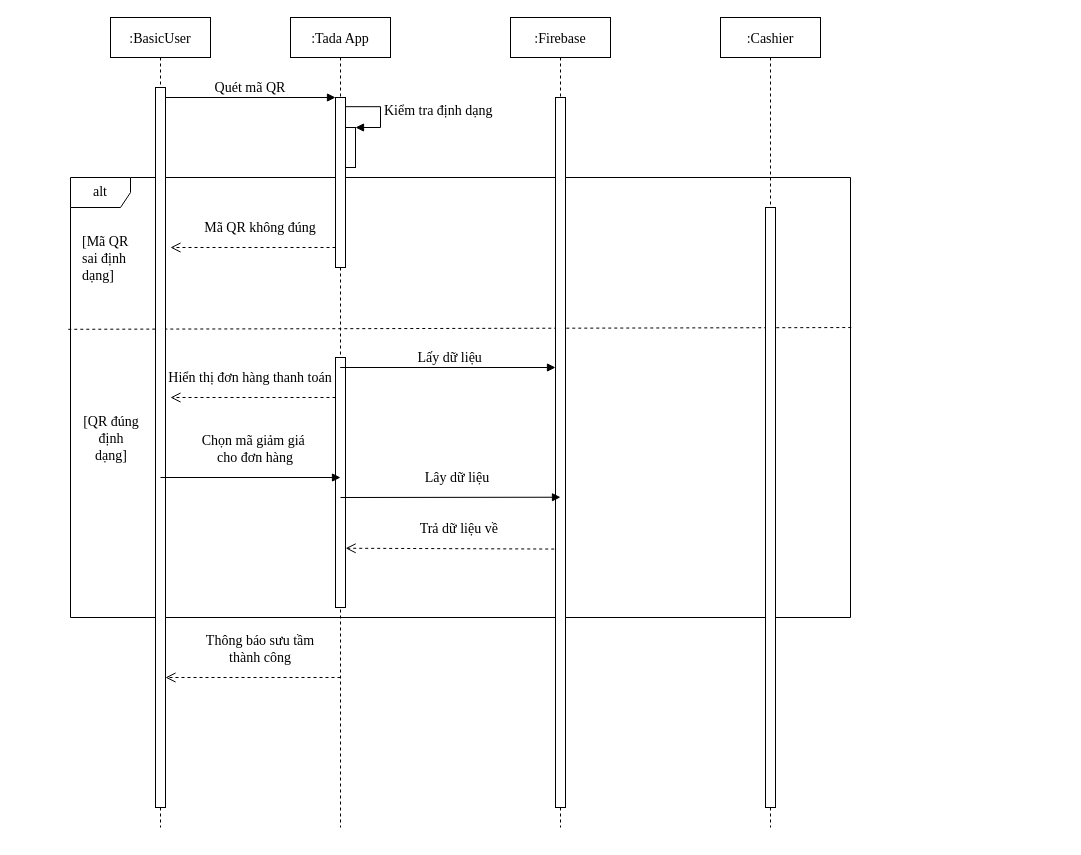
The draw.io diagram redeem.drawio in nguyendu11a2/TADA_DIAGRAM, before the edit. Source tidied: cells renumbered, new cells numbered last; positions are measured from the earlier drawing's top-left corner, leaving out a move shared by most shapes. Both pictures are drawn from the tidied source at 100%, with x=0, y=0 at pixel (70, 17).
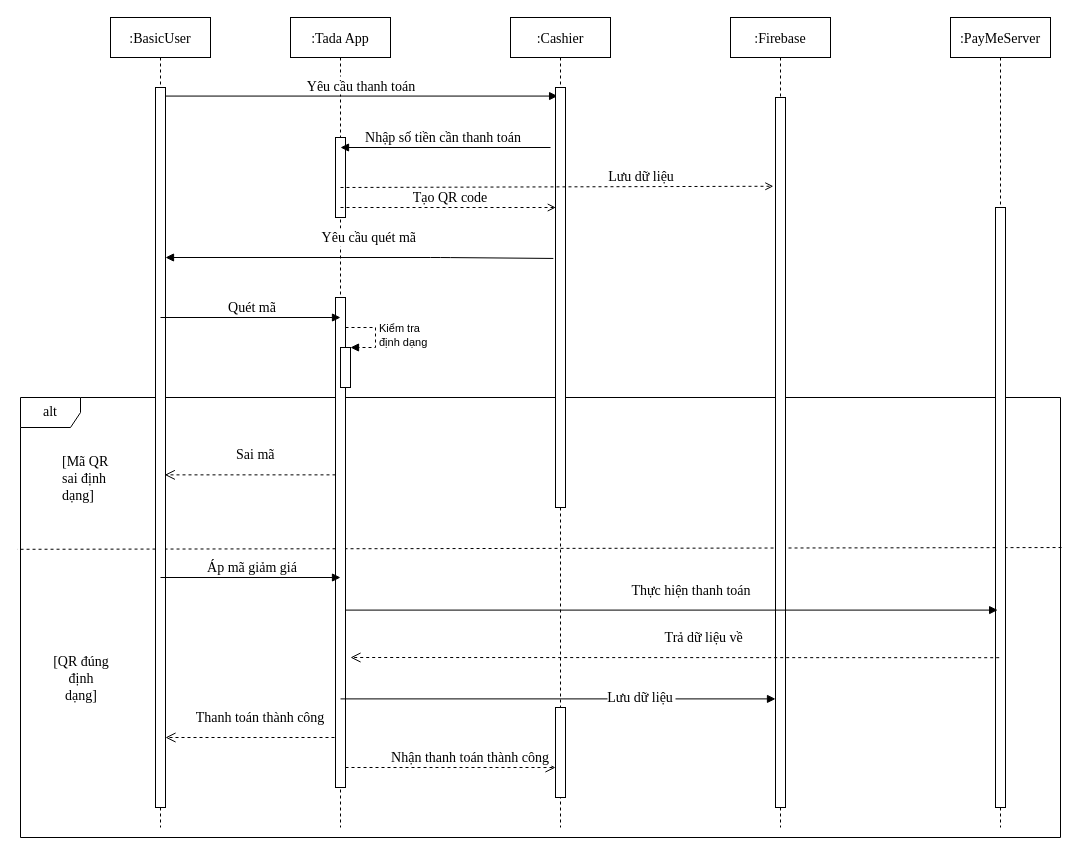
Above is the later version.

Unchanged cells that the change refers to:
```xml
<mxCell id="4" value=":BasicUser" style="shape=umlLifeline;perimeter=lifelinePerimeter;rounded=0;shadow=0;strokeWidth=1;fontSize=14;fontFamily=Times New Roman;" parent="1" vertex="1">
  <mxGeometry x="40" width="100" height="810" as="geometry" />
</mxCell>
<mxCell id="5" style="points=[];perimeter=orthogonalPerimeter;rounded=0;shadow=0;strokeWidth=1;fontSize=14;fontFamily=Times New Roman;" parent="4" vertex="1">
  <mxGeometry x="45" y="70" width="10" height="720" as="geometry" />
</mxCell>
<mxCell id="7" value=":Tada App" style="shape=umlLifeline;perimeter=lifelinePerimeter;rounded=0;shadow=0;strokeWidth=1;fontSize=14;fontFamily=Times New Roman;" parent="1" vertex="1">
  <mxGeometry x="220" width="100" height="810" as="geometry" />
</mxCell>
<mxCell id="18" style="points=[];perimeter=orthogonalPerimeter;rounded=0;shadow=0;strokeWidth=1;fontSize=14;fontFamily=Times New Roman;" parent="17" vertex="1">
  <mxGeometry x="45" y="80" width="10" height="710" as="geometry" />
</mxCell>
```

Diff of the diagram source:
```diff
@@
     <mxCell id="3" value="alt" style="shape=umlFrame;whiteSpace=wrap;html=1;fontSize=14;fontFamily=Times New Roman;" parent="1" vertex="1">
-      <mxGeometry y="160" width="780" height="440" as="geometry" />
+      <mxGeometry x="-50" y="380" width="1040" height="440" as="geometry" />
     </mxCell>
@@
-    <mxCell id="6" value="&lt;div style=&quot;text-align: center ; font-size: 14px&quot;&gt;&lt;span style=&quot;background-color: rgb(255 , 255 , 255) ; font-size: 14px&quot;&gt;[QR đúng định dạng]&lt;/span&gt;&lt;/div&gt;" style="text;whiteSpace=wrap;html=1;fontSize=14;fontFamily=Times New Roman;" parent="4" vertex="1">
-      <mxGeometry x="-30" y="390" width="60" height="50" as="geometry" />
-    </mxCell>
@@
     <mxCell id="8" style="points=[];perimeter=orthogonalPerimeter;rounded=0;shadow=0;strokeWidth=1;fontSize=14;fontFamily=Times New Roman;" parent="7" vertex="1">
-      <mxGeometry x="45" y="80" width="10" height="170" as="geometry" />
+      <mxGeometry x="45" y="120" width="10" height="80" as="geometry" />
     </mxCell>
-    <mxCell id="9" value="Thông báo sưu tầm &#10;thành công" style="verticalAlign=bottom;endArrow=open;dashed=1;endSize=8;shadow=0;strokeWidth=1;fontSize=14;fontFamily=Times New Roman;" parent="7" edge="1">
+    <mxCell id="9" value="Thanh toán thành công" style="verticalAlign=bottom;endArrow=open;dashed=1;endSize=8;shadow=0;strokeWidth=1;fontSize=14;fontFamily=Times New Roman;" parent="7" edge="1">
       <mxGeometry x="-0.09" y="-10" relative="1" as="geometry">
-        <mxPoint x="50" y="660" as="sourcePoint" />
-        <mxPoint x="-125" y="660" as="targetPoint" />
+        <mxPoint x="50" y="720" as="sourcePoint" />
+        <mxPoint x="-125" y="720" as="targetPoint" />
       </mxGeometry>
     </mxCell>
-    <mxCell id="10" style="html=1;points=[];perimeter=orthogonalPerimeter;fontFamily=Times New Roman;fontSize=14;" parent="7" vertex="1">
-      <mxGeometry x="55" y="110" width="10" height="40" as="geometry" />
-    </mxCell>
+    <mxCell id="12" style="points=[];perimeter=orthogonalPerimeter;rounded=0;shadow=0;strokeWidth=1;fontSize=14;fontFamily=Times New Roman;" parent="7" vertex="1">
+      <mxGeometry x="45" y="280" width="10" height="490" as="geometry" />
+    </mxCell>
+    <mxCell id="25" value="Quét mã" style="verticalAlign=bottom;endArrow=block;shadow=0;strokeWidth=1;fontSize=14;fontFamily=Times New Roman;" parent="7" edge="1">
+      <mxGeometry x="0.02" relative="1" as="geometry">
+        <mxPoint x="-130" y="300" as="sourcePoint" />
+        <mxPoint x="50" y="300" as="targetPoint" />
+      </mxGeometry>
+    </mxCell>
+    <mxCell id="26" style="html=1;points=[];perimeter=orthogonalPerimeter;" parent="7" vertex="1">
+      <mxGeometry x="50" y="330" width="10" height="40" as="geometry" />
+    </mxCell>
-    <mxCell id="11" value="Kiểm tra định dạng&amp;nbsp;" style="edgeStyle=orthogonalEdgeStyle;html=1;align=left;spacingLeft=2;endArrow=block;rounded=0;entryX=1;entryY=0;fontFamily=Times New Roman;fontSize=14;exitX=1.011;exitY=0.054;exitDx=0;exitDy=0;exitPerimeter=0;" parent="7" edge="1" source="8" target="10">
+    <mxCell id="11" value="Kiểm tra &lt;br&gt;định dạng" style="edgeStyle=orthogonalEdgeStyle;html=1;align=left;spacingLeft=2;endArrow=block;rounded=0;entryX=1;entryY=0;dashed=1;" parent="7" edge="1" target="26">
       <mxGeometry relative="1" as="geometry">
+        <mxPoint x="55" y="310" as="sourcePoint" />
         <Array as="points">
-          <mxPoint x="90" y="90" />
-          <mxPoint x="90" y="110" />
+          <mxPoint x="85" y="310" />
         </Array>
       </mxGeometry>
     </mxCell>
-    <mxCell id="12" style="points=[];perimeter=orthogonalPerimeter;rounded=0;shadow=0;strokeWidth=1;fontSize=14;fontFamily=Times New Roman;" parent="7" vertex="1">
-      <mxGeometry x="45" y="340" width="10" height="250" as="geometry" />
-    </mxCell>
-    <mxCell id="13" value="Quét mã QR" style="verticalAlign=bottom;endArrow=block;entryX=0;entryY=0;shadow=0;strokeWidth=1;fontSize=14;fontFamily=Times New Roman;" parent="1" edge="1" source="5" target="8">
+    <mxCell id="13" value="Yêu cầu thanh toán" style="verticalAlign=bottom;endArrow=block;entryX=0.471;entryY=0.097;shadow=0;strokeWidth=1;fontSize=14;fontFamily=Times New Roman;entryDx=0;entryDy=0;entryPerimeter=0;" parent="1" edge="1" source="5" target="14">
       <mxGeometry relative="1" as="geometry" />
     </mxCell>
     <mxCell id="14" value=":Cashier" style="shape=umlLifeline;perimeter=lifelinePerimeter;rounded=0;shadow=0;strokeWidth=1;fontSize=14;fontFamily=Times New Roman;" parent="1" vertex="1">
-      <mxGeometry x="650" width="100" height="810" as="geometry" />
+      <mxGeometry x="440" width="100" height="810" as="geometry" />
     </mxCell>
     <mxCell id="15" style="points=[];perimeter=orthogonalPerimeter;rounded=0;shadow=0;strokeWidth=1;fontSize=14;fontFamily=Times New Roman;" parent="14" vertex="1">
-      <mxGeometry x="45" y="190" width="10" height="600" as="geometry" />
+      <mxGeometry x="45" y="70" width="10" height="420" as="geometry" />
     </mxCell>
+    <mxCell id="27" value="Lưu dữ liệu" style="verticalAlign=bottom;endArrow=open;entryX=-0.214;entryY=0.125;shadow=0;strokeWidth=1;fontSize=14;fontFamily=Times New Roman;entryDx=0;entryDy=0;entryPerimeter=0;dashed=1;endFill=0;" parent="14" edge="1" target="18">
+      <mxGeometry x="0.39" relative="1" as="geometry">
+        <mxPoint x="-170" y="170" as="sourcePoint" />
+      </mxGeometry>
+    </mxCell>
+    <mxCell id="28" style="points=[];perimeter=orthogonalPerimeter;rounded=0;shadow=0;strokeWidth=1;fontSize=14;fontFamily=Times New Roman;" parent="14" vertex="1">
+      <mxGeometry x="45" y="690" width="10" height="90" as="geometry" />
+    </mxCell>
     <mxCell id="16" value="&lt;span style=&quot;color: rgb(0 , 0 , 0) ; font-size: 14px ; font-style: normal ; font-weight: 400 ; letter-spacing: normal ; text-align: center ; text-indent: 0px ; text-transform: none ; word-spacing: 0px ; display: inline ; float: none ; background-color: rgb(255 , 255 , 255)&quot;&gt;[Mã QR sai định dạng]&lt;/span&gt;" style="text;whiteSpace=wrap;html=1;fontSize=14;fontFamily=Times New Roman;" parent="1" vertex="1">
-      <mxGeometry x="10" y="210" width="60" height="50" as="geometry" />
+      <mxGeometry x="-10" y="430" width="60" height="50" as="geometry" />
     </mxCell>
     <mxCell id="17" value=":Firebase" style="shape=umlLifeline;perimeter=lifelinePerimeter;rounded=0;shadow=0;strokeWidth=1;fontSize=14;fontFamily=Times New Roman;" parent="1" vertex="1">
-      <mxGeometry x="440" width="100" height="810" as="geometry" />
+      <mxGeometry x="660" width="100" height="810" as="geometry" />
     </mxCell>
@@
-    <mxCell id="19" value="Mã QR không đúng" style="verticalAlign=bottom;endArrow=open;dashed=1;endSize=8;shadow=0;strokeWidth=1;fontSize=14;fontFamily=Times New Roman;" parent="1" edge="1">
-      <mxGeometry x="-0.09" y="-10" relative="1" as="geometry">
-        <mxPoint x="265" y="230" as="sourcePoint" />
-        <mxPoint x="100" y="230" as="targetPoint" />
-      </mxGeometry>
-    </mxCell>
-    <mxCell id="20" value="Lấy dữ liệu" style="verticalAlign=bottom;endArrow=block;entryX=0;entryY=0.63;shadow=0;strokeWidth=1;fontSize=14;fontFamily=Times New Roman;entryDx=0;entryDy=0;entryPerimeter=0;" parent="1" edge="1">
-      <mxGeometry x="0.02" relative="1" as="geometry">
-        <mxPoint x="269.7" y="350" as="sourcePoint" />
-        <mxPoint x="485" y="350" as="targetPoint" />
-      </mxGeometry>
-    </mxCell>
-    <mxCell id="21" value="Hiển thị đơn hàng thanh toán" style="verticalAlign=bottom;endArrow=open;dashed=1;endSize=8;shadow=0;strokeWidth=1;fontSize=14;fontFamily=Times New Roman;" parent="1" edge="1">
-      <mxGeometry x="0.03" y="-10" relative="1" as="geometry">
-        <mxPoint x="265" y="380" as="sourcePoint" />
-        <mxPoint x="100" y="380" as="targetPoint" />
-      </mxGeometry>
-    </mxCell>
-    <mxCell id="22" value="Chọn mã giảm giá  &#10;cho đơn hàng" style="verticalAlign=bottom;endArrow=block;shadow=0;strokeWidth=1;fontSize=14;fontFamily=Times New Roman;" parent="1" edge="1">
-      <mxGeometry x="0.06" y="10" relative="1" as="geometry">
-        <mxPoint x="90" y="460" as="sourcePoint" />
-        <mxPoint x="270" y="460" as="targetPoint" />
-      </mxGeometry>
-    </mxCell>
-    <mxCell id="23" value="Lây dữ liệu" style="verticalAlign=bottom;endArrow=block;shadow=0;strokeWidth=1;fontSize=14;fontFamily=Times New Roman;entryX=0.5;entryY=0.563;entryDx=0;entryDy=0;entryPerimeter=0;" parent="1" edge="1" target="18">
-      <mxGeometry x="0.06" y="10" relative="1" as="geometry">
-        <mxPoint x="270" y="480" as="sourcePoint" />
-      </mxGeometry>
-    </mxCell>
+    <mxCell id="29" value=":PayMeServer" style="shape=umlLifeline;perimeter=lifelinePerimeter;rounded=0;shadow=0;strokeWidth=1;fontSize=14;fontFamily=Times New Roman;" parent="1" vertex="1">
+      <mxGeometry x="880" width="100" height="810" as="geometry" />
+    </mxCell>
+    <mxCell id="30" style="points=[];perimeter=orthogonalPerimeter;rounded=0;shadow=0;strokeWidth=1;fontSize=14;fontFamily=Times New Roman;" parent="29" vertex="1">
+      <mxGeometry x="45" y="190" width="10" height="600" as="geometry" />
+    </mxCell>
+    <mxCell id="31" value="Nhập số tiền cần thanh toán" style="verticalAlign=bottom;endArrow=block;shadow=0;strokeWidth=1;fontSize=14;fontFamily=Times New Roman;" parent="1" edge="1">
+      <mxGeometry x="0.02" relative="1" as="geometry">
+        <mxPoint x="480" y="130" as="sourcePoint" />
+        <mxPoint x="270" y="130" as="targetPoint" />
+      </mxGeometry>
+    </mxCell>
+    <mxCell id="32" value="Tạo QR code" style="verticalAlign=bottom;endArrow=open;entryX=0;entryY=0.63;shadow=0;strokeWidth=1;fontSize=14;fontFamily=Times New Roman;entryDx=0;entryDy=0;entryPerimeter=0;dashed=1;endFill=0;" parent="1" edge="1">
+      <mxGeometry x="0.02" relative="1" as="geometry">
+        <mxPoint x="270" y="190" as="sourcePoint" />
+        <mxPoint x="485.3" y="190" as="targetPoint" />
+      </mxGeometry>
+    </mxCell>
+    <mxCell id="33" value="Yêu cầu quét mã" style="verticalAlign=bottom;endArrow=block;shadow=0;strokeWidth=1;fontSize=14;fontFamily=Times New Roman;exitX=-0.217;exitY=0.407;exitDx=0;exitDy=0;exitPerimeter=0;" parent="1" edge="1" source="15" target="5">
+      <mxGeometry x="-0.05" y="-10" relative="1" as="geometry">
+        <Array as="points">
+          <mxPoint x="370" y="240" />
+        </Array>
+      </mxGeometry>
+    </mxCell>
+    <mxCell id="6" value="&lt;div style=&quot;text-align: center ; font-size: 14px&quot;&gt;&lt;span style=&quot;background-color: rgb(255 , 255 , 255) ; font-size: 14px&quot;&gt;[QR đúng định dạng]&lt;/span&gt;&lt;/div&gt;" style="text;whiteSpace=wrap;html=1;fontSize=14;fontFamily=Times New Roman;" parent="1" vertex="1">
+      <mxGeometry x="-20" y="630" width="60" height="50" as="geometry" />
+    </mxCell>
+    <mxCell id="34" value="Thực hiện thanh toán" style="verticalAlign=bottom;endArrow=block;shadow=0;strokeWidth=1;fontSize=14;fontFamily=Times New Roman;entryX=0.214;entryY=0.671;entryDx=0;entryDy=0;entryPerimeter=0;" parent="1" edge="1" source="12" target="30">
+      <mxGeometry x="0.06" y="10" relative="1" as="geometry" />
+    </mxCell>
-    <mxCell id="24" value="Trả dữ liệu về" style="verticalAlign=bottom;endArrow=open;dashed=1;endSize=8;shadow=0;strokeWidth=1;fontSize=14;fontFamily=Times New Roman;entryX=1.014;entryY=0.763;entryDx=0;entryDy=0;entryPerimeter=0;exitX=-0.129;exitY=0.636;exitDx=0;exitDy=0;exitPerimeter=0;" parent="1" edge="1" source="18" target="12">
-      <mxGeometry x="-0.09" y="-10" relative="1" as="geometry" />
+    <mxCell id="24" value="Trả dữ liệu về" style="verticalAlign=bottom;endArrow=open;dashed=1;endSize=8;shadow=0;strokeWidth=1;fontSize=14;fontFamily=Times New Roman;exitX=-0.129;exitY=0.636;exitDx=0;exitDy=0;exitPerimeter=0;entryX=1.071;entryY=0.64;entryDx=0;entryDy=0;entryPerimeter=0;" parent="1" edge="1">
+      <mxGeometry x="-0.09" y="-10" relative="1" as="geometry">
+        <mxPoint x="928.7" y="640.2" as="sourcePoint" />
+        <mxPoint x="280" y="640" as="targetPoint" />
+      </mxGeometry>
     </mxCell>
+    <mxCell id="35" value="Sai mã " style="verticalAlign=bottom;endArrow=open;dashed=1;endSize=8;shadow=0;strokeWidth=1;fontSize=14;fontFamily=Times New Roman;entryX=0.929;entryY=0.538;entryDx=0;entryDy=0;entryPerimeter=0;" parent="1" edge="1" source="12" target="5">
+      <mxGeometry x="-0.09" y="-10" relative="1" as="geometry" />
+    </mxCell>
+    <mxCell id="36" value="Lưu dữ liệu" style="verticalAlign=bottom;endArrow=block;shadow=0;strokeWidth=1;fontSize=14;fontFamily=Times New Roman;" parent="1" edge="1" target="18">
+      <mxGeometry x="0.38" y="-9" relative="1" as="geometry">
+        <mxPoint x="270" y="681.4" as="sourcePoint" />
+      </mxGeometry>
+    </mxCell>
+    <mxCell id="37" value="Áp mã giảm giá" style="verticalAlign=bottom;endArrow=block;shadow=0;strokeWidth=1;fontSize=14;fontFamily=Times New Roman;" parent="1" edge="1">
+      <mxGeometry x="0.02" relative="1" as="geometry">
+        <mxPoint x="90" y="560" as="sourcePoint" />
+        <mxPoint x="270" y="560" as="targetPoint" />
+      </mxGeometry>
+    </mxCell>
+    <mxCell id="38" value="Nhận thanh toán thành công" style="verticalAlign=bottom;endArrow=open;dashed=1;endSize=8;shadow=0;strokeWidth=1;fontSize=14;fontFamily=Times New Roman;" parent="1" edge="1" target="28">
+      <mxGeometry x="0.19" relative="1" as="geometry">
+        <mxPoint x="275" y="750" as="sourcePoint" />
+      </mxGeometry>
+    </mxCell>
```
